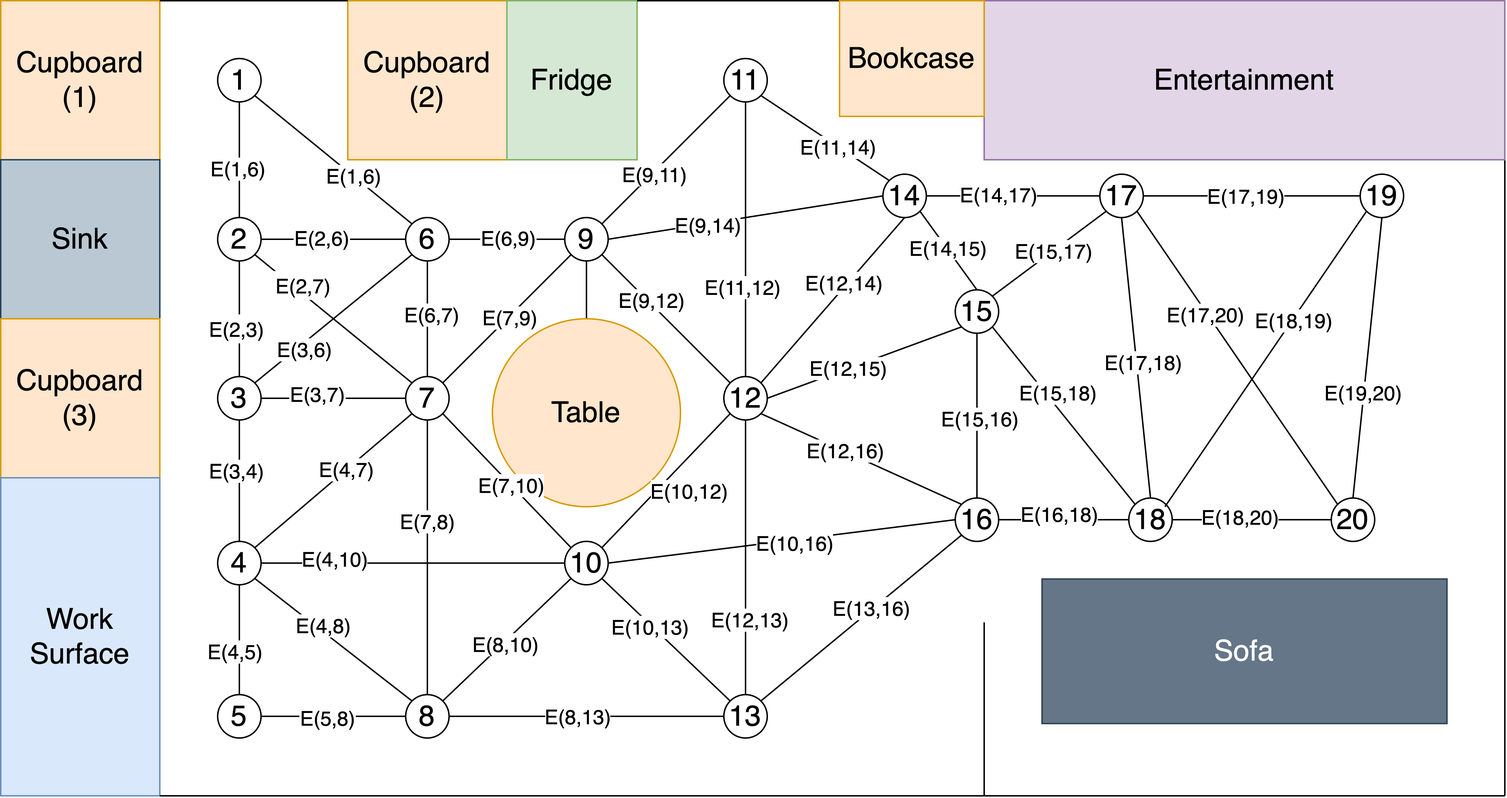
Before: Environments/Kitchen_Living_1.png, a diagram exported from draw.io (hysterr/York_Abstract_Navigation). Source tidied: cells renumbered, new cells last; positions are measured from the earlier drawing's top-left corner, leaving out a move shared by most shapes.
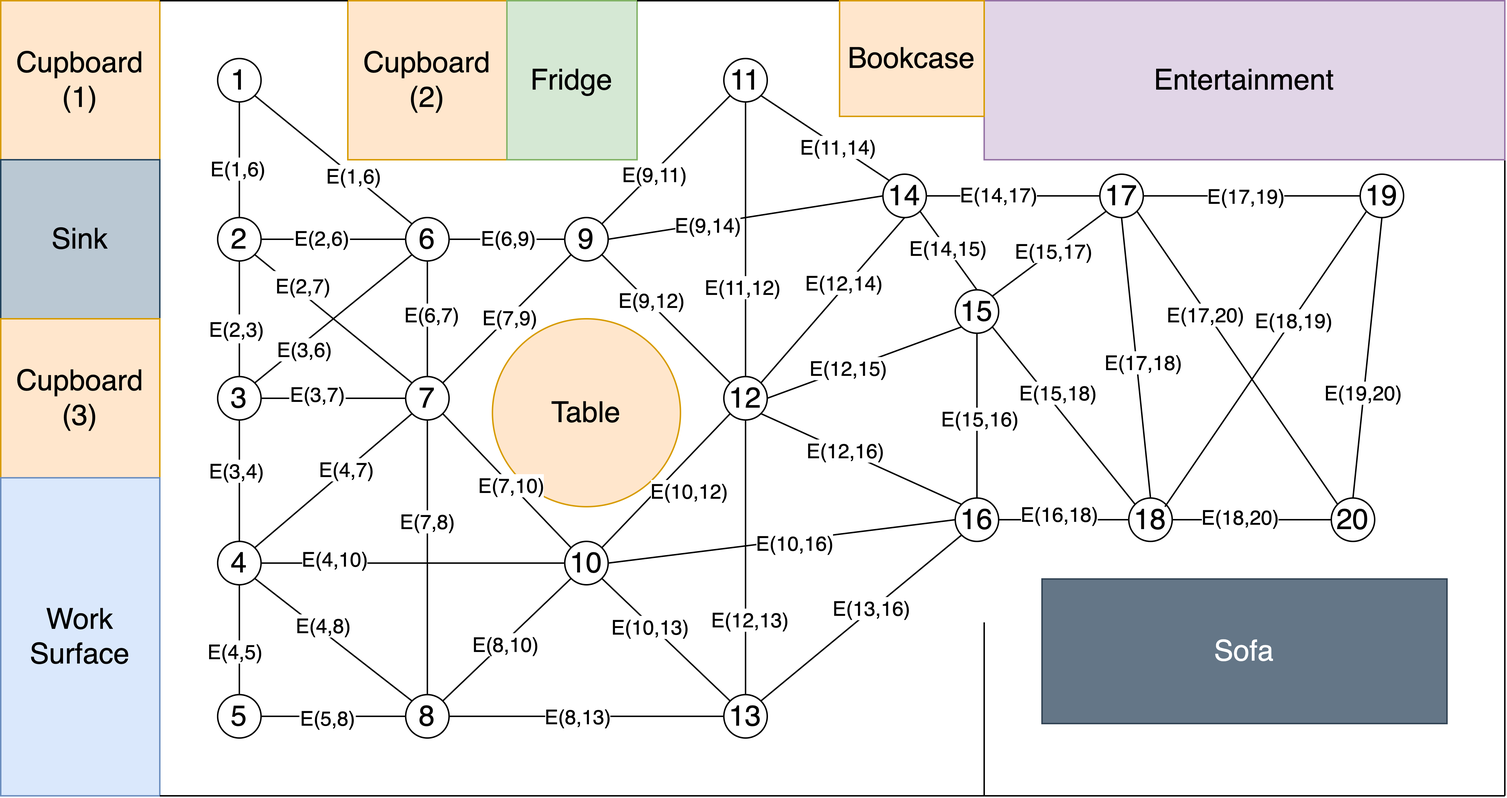
The same file after the commit.

The edit, as a diff of the source:
```diff
@@ -23,9 +23,6 @@
     <mxCell id="8" style="endArrow=none;html=1;exitX=1;exitY=0;exitDx=0;exitDy=0;entryX=0;entryY=0;entryDx=0;entryDy=0;" parent="1" edge="1" source="2" target="6">
       <mxGeometry relative="1" as="geometry" />
     </mxCell>
-    <mxCell id="9" style="edgeStyle=orthogonalEdgeStyle;rounded=0;jettySize=auto;html=1;fontSize=14;endArrow=none;endFill=0;" parent="1" edge="1" source="10" target="42">
-      <mxGeometry relative="1" as="geometry" />
-    </mxCell>
     <mxCell id="10" value="&lt;font style=&quot;font-size: 20px;&quot;&gt;Table&lt;/font&gt;" style="ellipse;whiteSpace=wrap;html=1;fontSize=20;fillColor=#ffe6cc;strokeColor=#d79b00;" parent="1" vertex="1">
       <mxGeometry x="340" y="220" width="130" height="130" as="geometry" />
     </mxCell>
```
